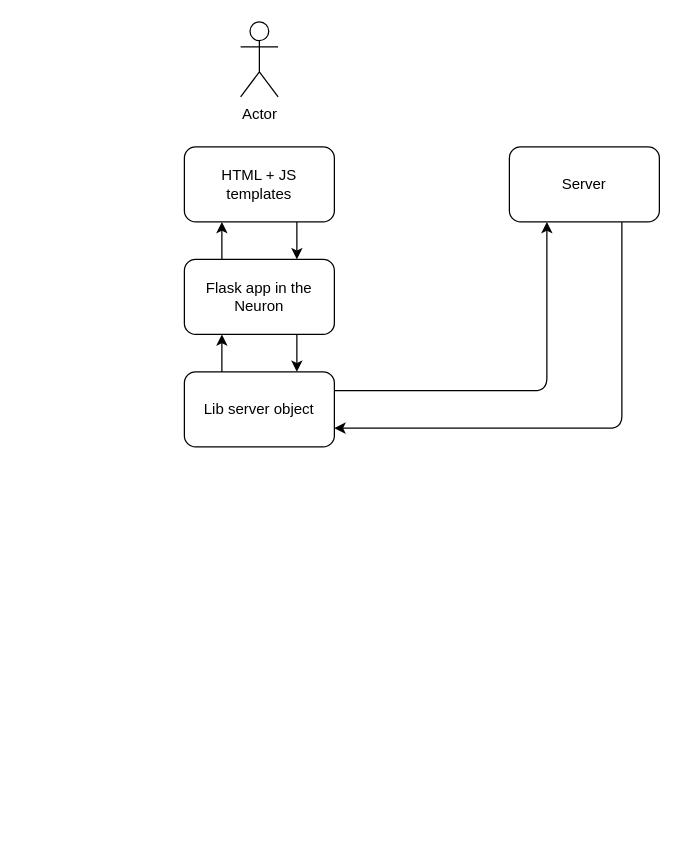
This is docs/diagrams/data_layers.drawio from SatoriNetwork/Neuron, a draw.io file, before an edit. Source tidied: cells renumbered, new cells numbered last; positions are measured from the earlier drawing's top-left corner, leaving out a move shared by most shapes. Both pictures are drawn from the tidied source at 125%, with x=0, y=0 at pixel (184, 21).
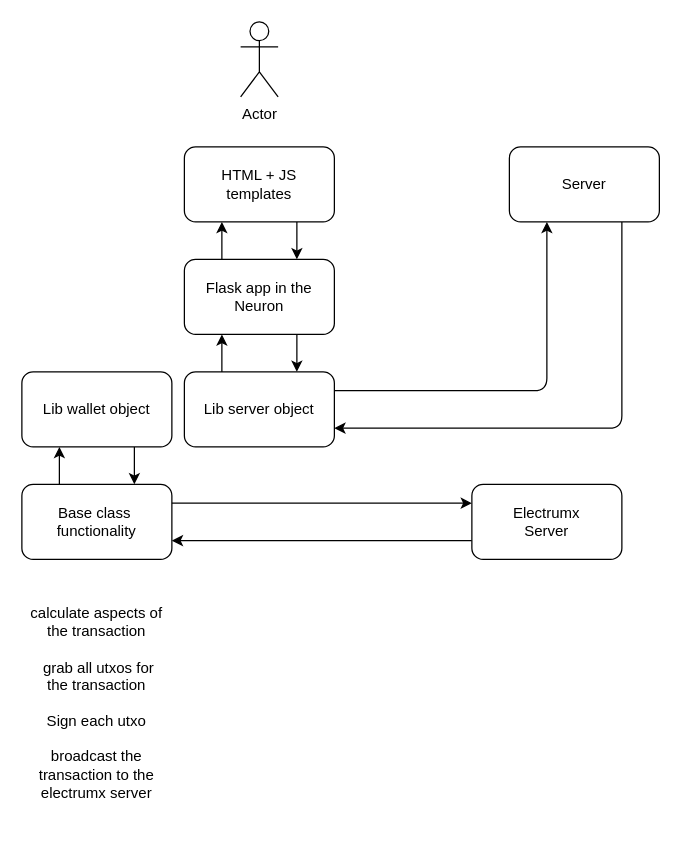
Above is the later version.

Diff of the diagram source:
```diff
@@
+    <mxCell id="13" style="edgeStyle=none;html=1;entryX=0.75;entryY=0;entryDx=0;entryDy=0;exitX=0.75;exitY=1;exitDx=0;exitDy=0;" parent="1" edge="1" source="14" target="16">
+      <mxGeometry relative="1" as="geometry" />
+    </mxCell>
+    <mxCell id="14" value="Lib wallet object" style="rounded=1;whiteSpace=wrap;html=1;" parent="1" vertex="1">
+      <mxGeometry x="-130" y="280" width="120" height="60" as="geometry" />
+    </mxCell>
+    <mxCell id="15" style="edgeStyle=none;html=1;entryX=0.25;entryY=1;entryDx=0;entryDy=0;exitX=0.25;exitY=0;exitDx=0;exitDy=0;" parent="1" edge="1" source="16" target="14">
+      <mxGeometry relative="1" as="geometry" />
+    </mxCell>
+    <mxCell id="16" value="Base class&amp;nbsp;&lt;br&gt;functionality" style="rounded=1;whiteSpace=wrap;html=1;" parent="1" vertex="1">
+      <mxGeometry x="-130" y="370" width="120" height="60" as="geometry" />
+    </mxCell>
+    <mxCell id="17" value="calculate aspects of the transaction&lt;br&gt;&lt;br&gt;&amp;nbsp;grab all utxos for the transaction&lt;br&gt;&lt;br&gt;Sign each utxo&lt;br&gt;&lt;br&gt;broadcast the transaction to the electrumx server" style="text;html=1;strokeColor=none;fillColor=none;align=center;verticalAlign=middle;whiteSpace=wrap;rounded=0;" parent="1" vertex="1">
+      <mxGeometry x="-125" y="440" width="110" height="210" as="geometry" />
+    </mxCell>
+    <mxCell id="18" style="edgeStyle=none;html=1;entryX=0;entryY=0.25;entryDx=0;entryDy=0;exitX=1;exitY=0.25;exitDx=0;exitDy=0;" parent="1" edge="1" source="16" target="20">
+      <mxGeometry relative="1" as="geometry" />
+    </mxCell>
+    <mxCell id="19" style="edgeStyle=none;html=1;entryX=1;entryY=0.75;entryDx=0;entryDy=0;exitX=0;exitY=0.75;exitDx=0;exitDy=0;" parent="1" edge="1" source="20" target="16">
+      <mxGeometry relative="1" as="geometry" />
+    </mxCell>
+    <mxCell id="20" value="Electrumx&lt;br&gt;Server" style="rounded=1;whiteSpace=wrap;html=1;" parent="1" vertex="1">
+      <mxGeometry x="230" y="370" width="120" height="60" as="geometry" />
+    </mxCell>
```
